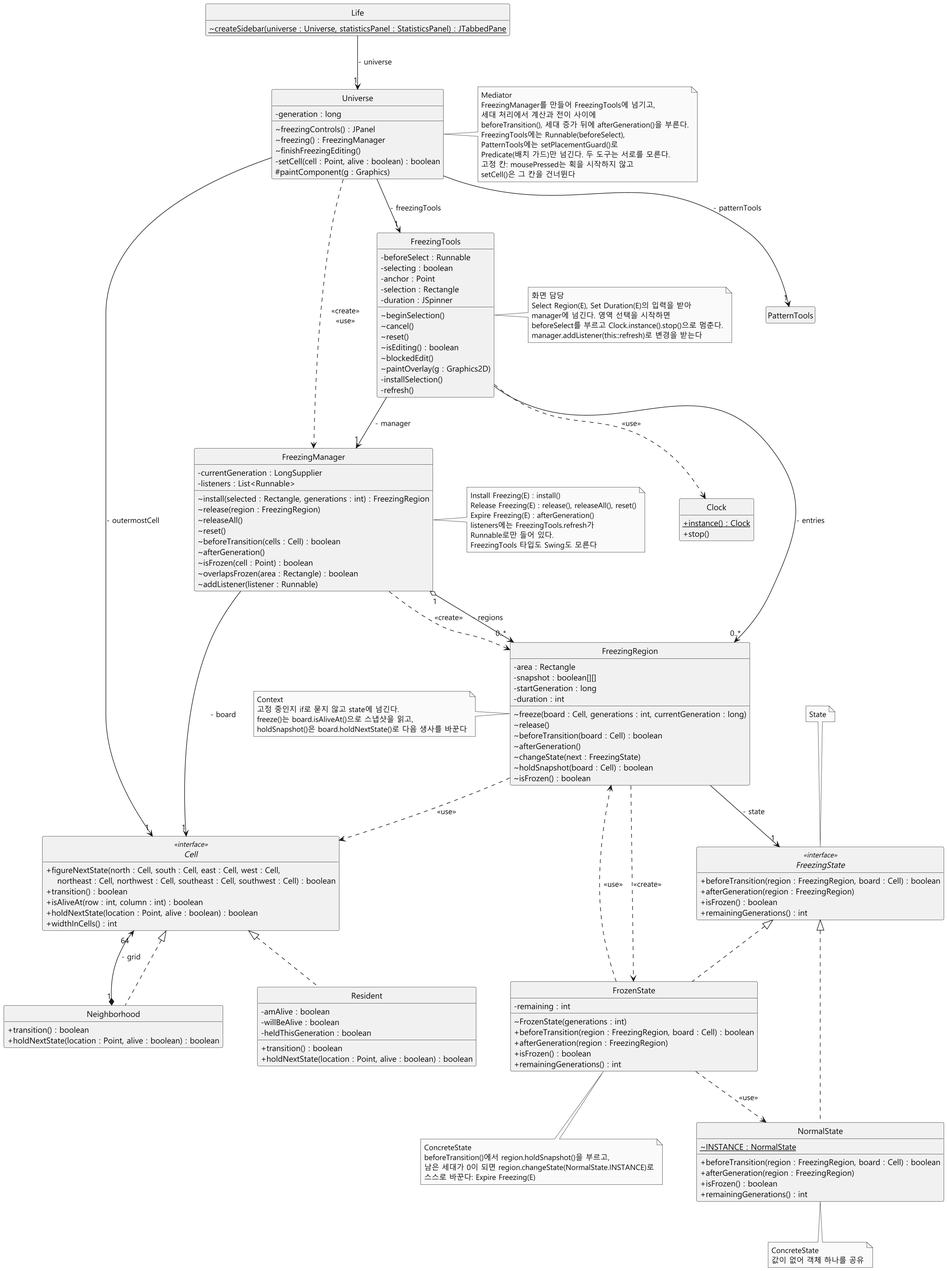
Above: docs/freezing/diagram/class-freezing.png in mckimR1972/DP_team_project (PlantUML), before the change.
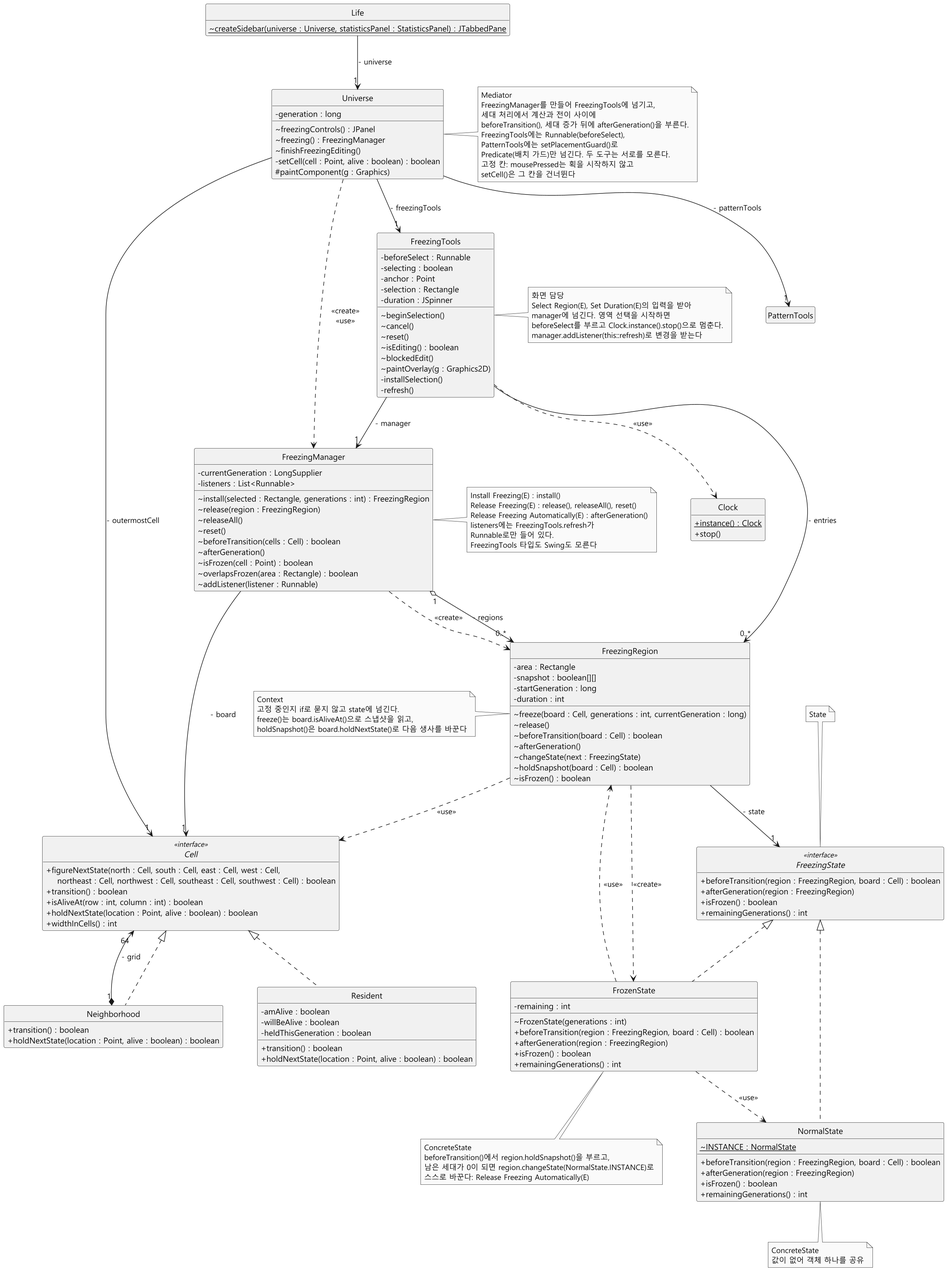
Later version of the same file.

Commit message:
docs: 자동 해제 유스케이스 이름을 Release Freezing Automatically(E)로 바꿈

Diff of the diagram source:
```diff
@@ -149,7 +149,7 @@
   ConcreteState
   beforeTransition()에서 region.holdSnapshot()을 부르고,
   남은 세대가 0이 되면 region.changeState(NormalState.INSTANCE)로
-  스스로 바꾼다: Expire Freezing(E)
+  스스로 바꾼다: Release Freezing Automatically(E)
 end note
 note left of FreezingRegion
   Context
@@ -167,7 +167,7 @@
 note right of FreezingManager
   Install Freezing(E) : install()
   Release Freezing(E) : release(), releaseAll(), reset()
-  Expire Freezing(E) : afterGeneration()
+  Release Freezing Automatically(E) : afterGeneration()
   listeners에는 FreezingTools.refresh가
   Runnable로만 들어 있다.
   FreezingTools 타입도 Swing도 모른다
```
